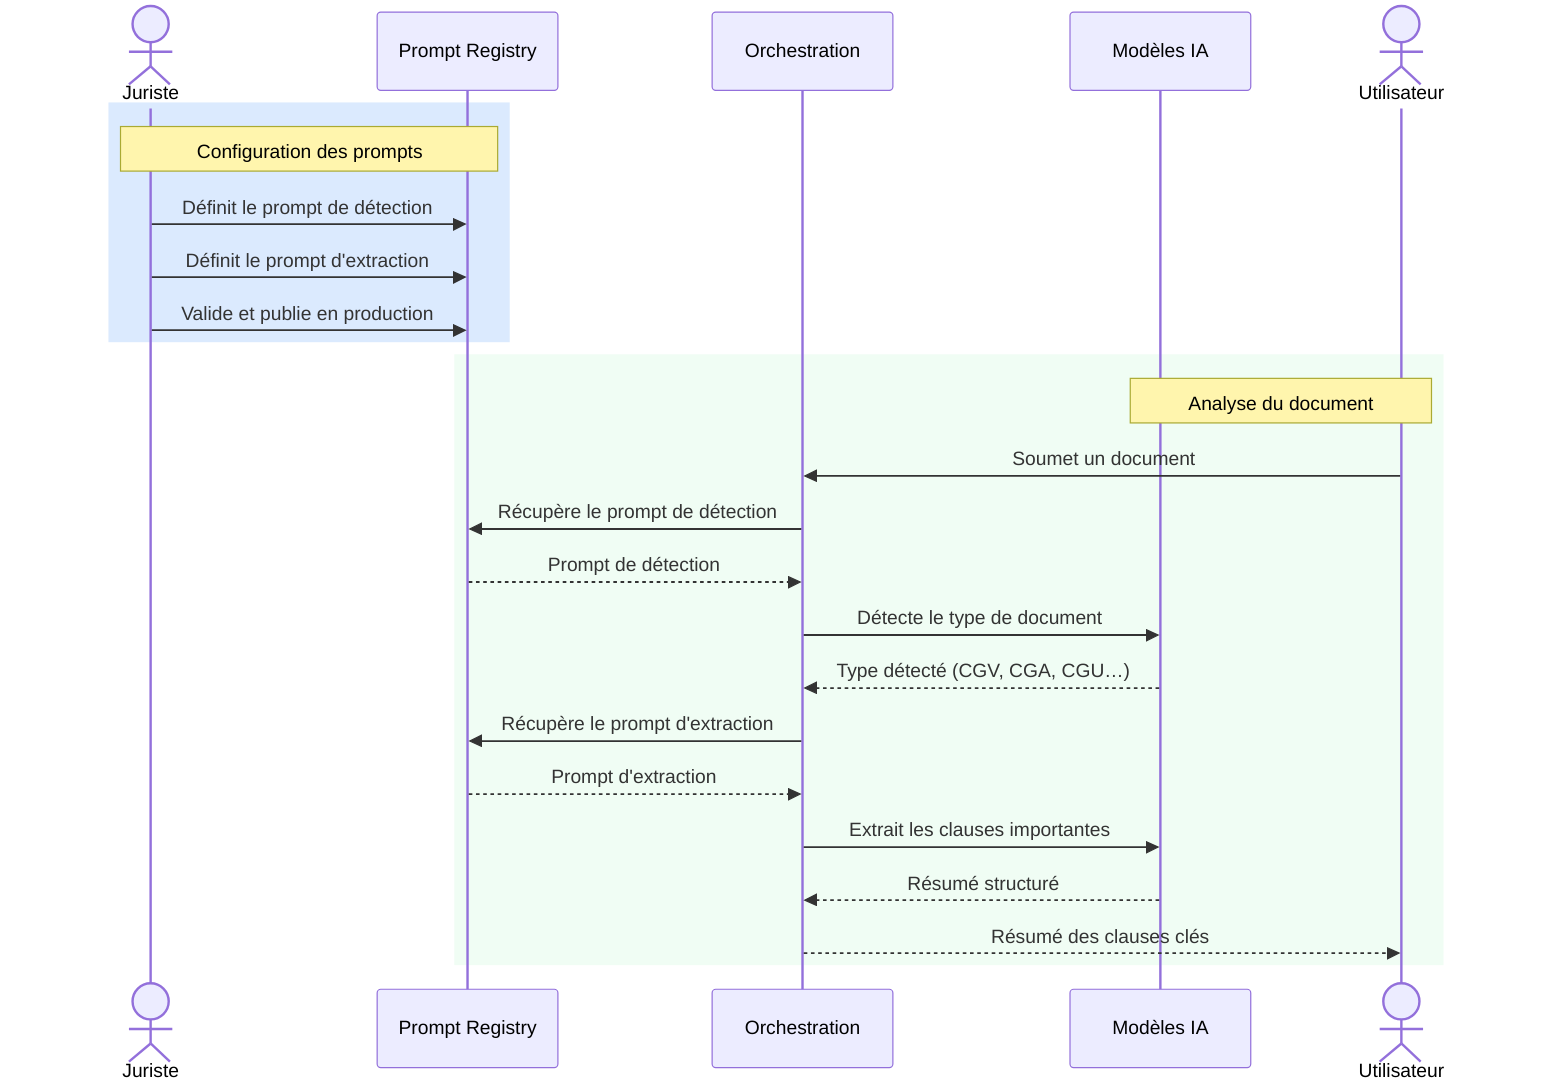
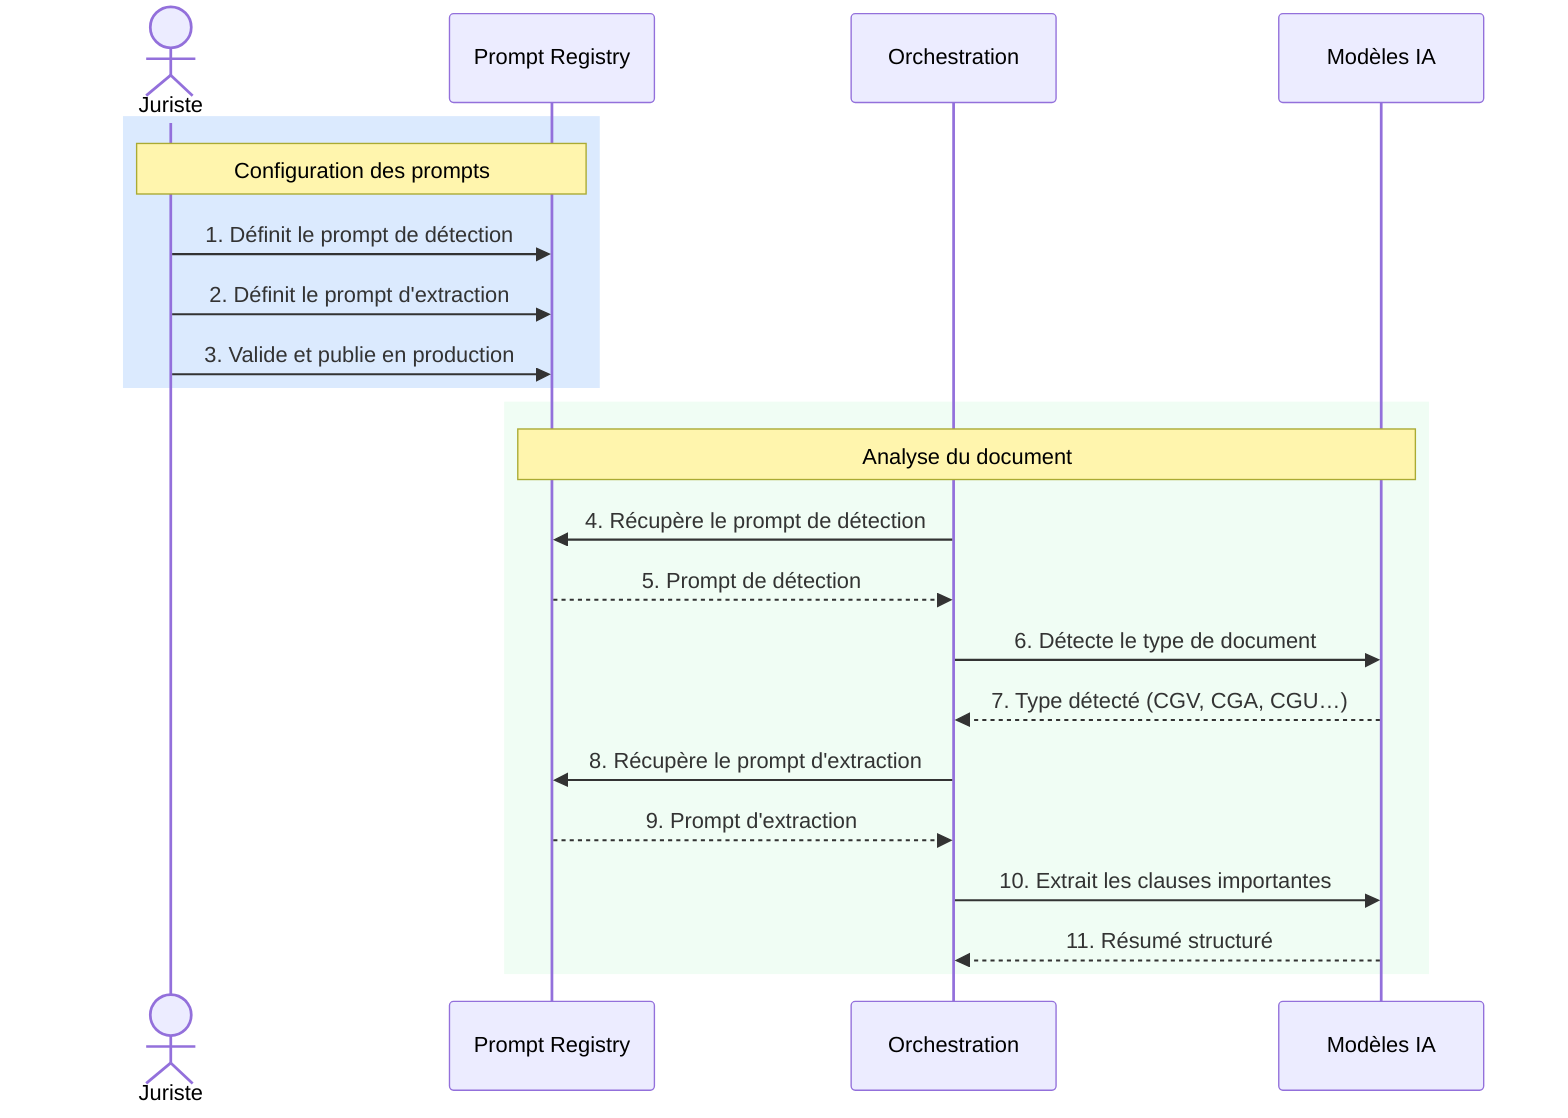
sequenceDiagram
  actor J as Juriste
  participant PR as Prompt Registry
  participant OR as Orchestration
  participant LLM as Modèles IA
-   actor U as Utilisateur

  rect rgb(219, 234, 254)
    Note over J, PR: Configuration des prompts
-     J->>PR: Définit le prompt de détection
-     J->>PR: Définit le prompt d'extraction
-     J->>PR: Valide et publie en production
+     J->>PR: 1. Définit le prompt de détection
+     J->>PR: 2. Définit le prompt d'extraction
+     J->>PR: 3. Valide et publie en production
  end

  rect rgb(240, 253, 244)
-     Note over U, LLM: Analyse du document
-     U->>OR: Soumet un document
-     OR->>PR: Récupère le prompt de détection
-     PR-->>OR: Prompt de détection
-     OR->>LLM: Détecte le type de document
-     LLM-->>OR: Type détecté (CGV, CGA, CGU…)
-     OR->>PR: Récupère le prompt d'extraction
-     PR-->>OR: Prompt d'extraction
-     OR->>LLM: Extrait les clauses importantes
-     LLM-->>OR: Résumé structuré
-     OR-->>U: Résumé des clauses clés
+     Note over PR, LLM: Analyse du document
+     OR->>PR: 4. Récupère le prompt de détection
+     PR-->>OR: 5. Prompt de détection
+     OR->>LLM: 6. Détecte le type de document
+     LLM-->>OR: 7. Type détecté (CGV, CGA, CGU…)
+     OR->>PR: 8. Récupère le prompt d'extraction
+     PR-->>OR: 9. Prompt d'extraction
+     OR->>LLM: 10. Extrait les clauses importantes
+     LLM-->>OR: 11. Résumé structuré
  end
